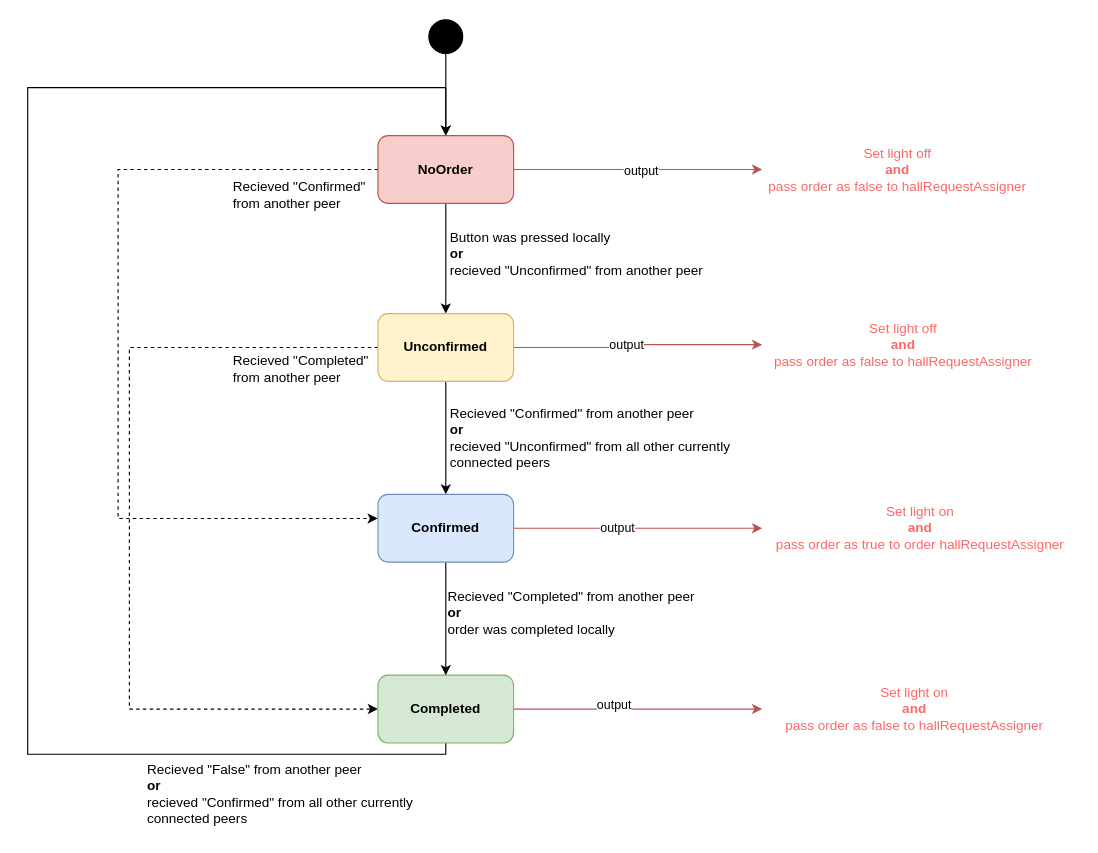
Above: Diagrammer/OrdersStateMachine.drawio in MathiasSagerup/Sanntid (draw.io), before the change. Source tidied: cells renumbered, new cells numbered last; positions are measured from the earlier drawing's top-left corner, leaving out a move shared by most shapes. Both pictures are drawn from the tidied source at 113%, with x=0, y=0 at pixel (27, 19).
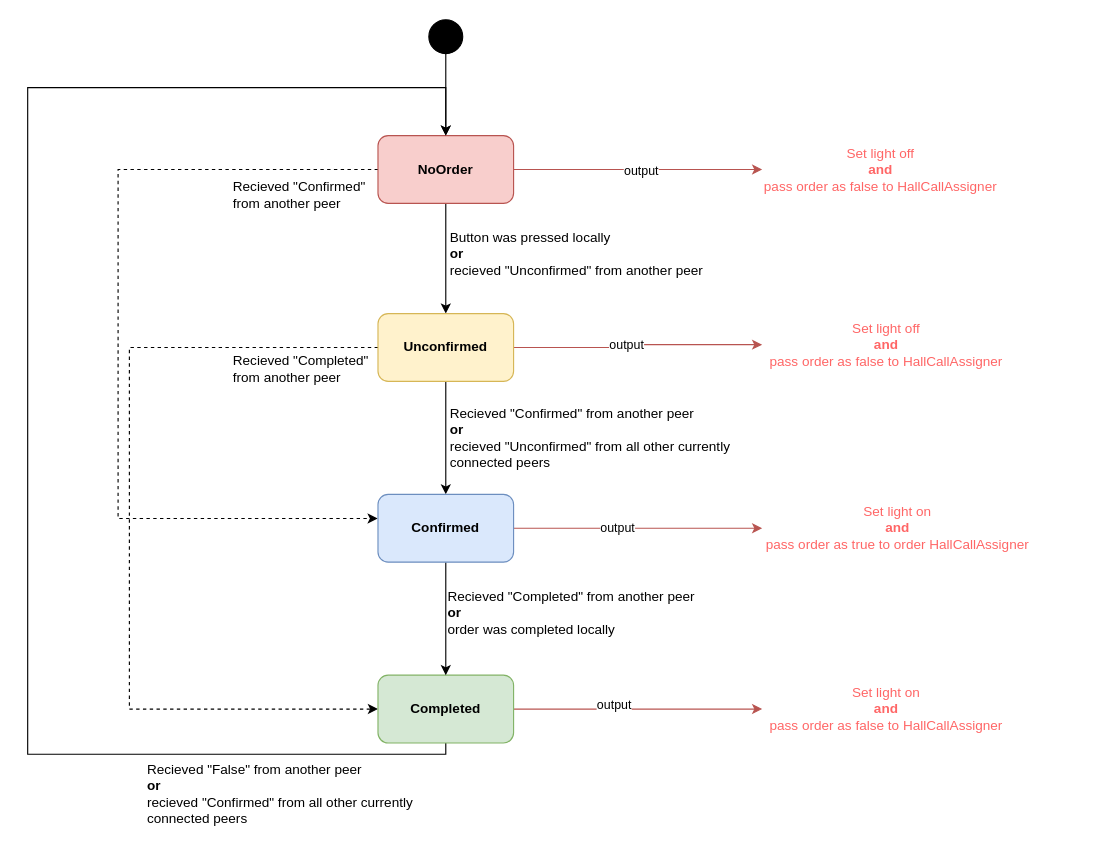
Above is the later version.

What changed in the source:
```diff
@@
-    <mxCell id="18" value="&lt;div&gt;Set light off&lt;/div&gt;&lt;div&gt;&lt;b&gt;and&lt;/b&gt;&lt;/div&gt;&lt;div&gt;pass order as false to hallRequestAssigner&lt;/div&gt;" style="text;html=1;whiteSpace=wrap;fillColor=none;align=center;verticalAlign=middle;rounded=0;fontColor=#FF6666;" parent="1" vertex="1">
-      <mxGeometry x="650" y="260" width="250" height="55" as="geometry" />
+    <mxCell id="18" value="&lt;div&gt;Set light off&lt;/div&gt;&lt;div&gt;&lt;b&gt;and&lt;/b&gt;&lt;/div&gt;&lt;div&gt;pass order as false to&amp;nbsp;&lt;span style=&quot;background-color: transparent; color: light-dark(rgb(255, 102, 102), rgb(224, 93, 93));&quot;&gt;HallCallAssigner&lt;/span&gt;&lt;/div&gt;" style="text;html=1;whiteSpace=wrap;fillColor=none;align=center;verticalAlign=middle;rounded=0;fontColor=#FF6666;" parent="1" vertex="1">
+      <mxGeometry x="650" y="260" width="220" height="55" as="geometry" />
     </mxCell>
-    <mxCell id="19" value="&lt;div&gt;Set light off&lt;/div&gt;&lt;div&gt;&lt;b&gt;and&lt;/b&gt;&lt;/div&gt;&lt;div&gt;pass order as false to hallRequestAssigner&lt;/div&gt;" style="text;html=1;whiteSpace=wrap;align=center;verticalAlign=middle;rounded=0;fillColor=none;fontColor=#FF6666;" parent="1" vertex="1">
-      <mxGeometry x="650" y="110" width="240" height="45" as="geometry" />
+    <mxCell id="19" value="&lt;div&gt;Set light off&lt;/div&gt;&lt;div&gt;&lt;b&gt;and&lt;/b&gt;&lt;/div&gt;&lt;div&gt;pass order as false to HallCallAssigner&lt;/div&gt;" style="text;html=1;whiteSpace=wrap;align=center;verticalAlign=middle;rounded=0;fillColor=none;fontColor=#FF6666;" parent="1" vertex="1">
+      <mxGeometry x="650" y="110" width="210" height="45" as="geometry" />
     </mxCell>
-    <mxCell id="20" value="&lt;div&gt;Set light on&lt;/div&gt;&lt;div&gt;&lt;b&gt;and&lt;/b&gt;&lt;/div&gt;&lt;div&gt;pass order as false to hallRequestAssigner&lt;/div&gt;" style="text;html=1;whiteSpace=wrap;strokeColor=none;fillColor=none;align=center;verticalAlign=middle;rounded=0;fontColor=#FF6666;" parent="1" vertex="1">
-      <mxGeometry x="650" y="587.5" width="270" height="45" as="geometry" />
+    <mxCell id="20" value="&lt;div&gt;Set light on&lt;/div&gt;&lt;div&gt;&lt;b&gt;and&lt;/b&gt;&lt;/div&gt;&lt;div&gt;pass order as false to&amp;nbsp;&lt;span style=&quot;background-color: transparent; color: light-dark(rgb(255, 102, 102), rgb(224, 93, 93));&quot;&gt;HallCallAssigner&lt;/span&gt;&lt;/div&gt;" style="text;html=1;whiteSpace=wrap;strokeColor=none;fillColor=none;align=center;verticalAlign=middle;rounded=0;fontColor=#FF6666;" parent="1" vertex="1">
+      <mxGeometry x="650" y="587.5" width="220" height="45" as="geometry" />
     </mxCell>
@@
-    <mxCell id="25" value="&lt;div&gt;Set light on&lt;/div&gt;&lt;div&gt;&lt;b&gt;and&lt;/b&gt;&lt;/div&gt;&lt;div&gt;pass order as true to order hallRequestAssigner&lt;/div&gt;" style="text;html=1;whiteSpace=wrap;strokeColor=none;fillColor=none;align=center;verticalAlign=middle;rounded=0;fontColor=#FF6666;" parent="1" vertex="1">
-      <mxGeometry x="650" y="422.5" width="280" height="55" as="geometry" />
+    <mxCell id="25" value="&lt;div&gt;Set light on&lt;/div&gt;&lt;div&gt;&lt;b&gt;and&lt;/b&gt;&lt;/div&gt;&lt;div&gt;pass order as true to order&amp;nbsp;&lt;span style=&quot;background-color: transparent; color: light-dark(rgb(255, 102, 102), rgb(224, 93, 93));&quot;&gt;HallCallAssigner&lt;/span&gt;&lt;/div&gt;" style="text;html=1;whiteSpace=wrap;strokeColor=none;fillColor=none;align=center;verticalAlign=middle;rounded=0;fontColor=#FF6666;" parent="1" vertex="1">
+      <mxGeometry x="650" y="422.5" width="240" height="55" as="geometry" />
     </mxCell>
```
